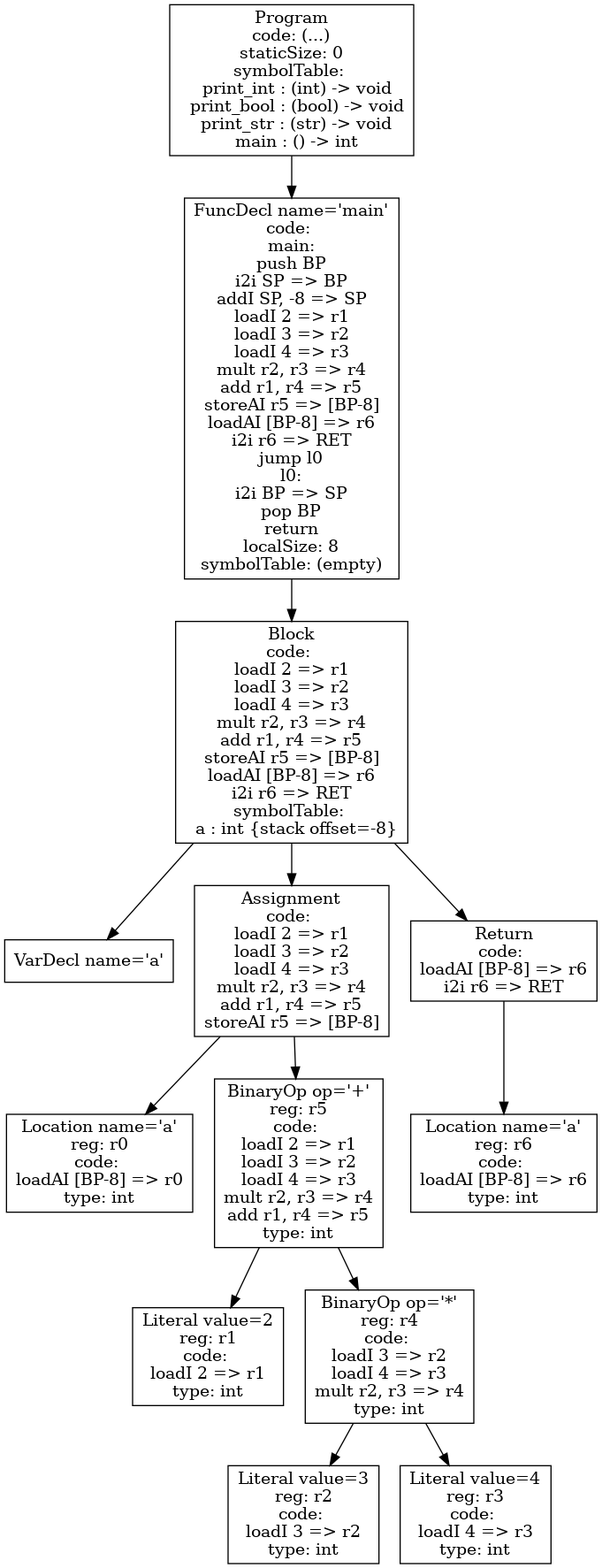
Above: p4-codegen/iloc-tree.png in dada1802/cs432-project (Graphviz), before the change. Its source is kept beside it as p4-codegen/iloc-tree.dot.
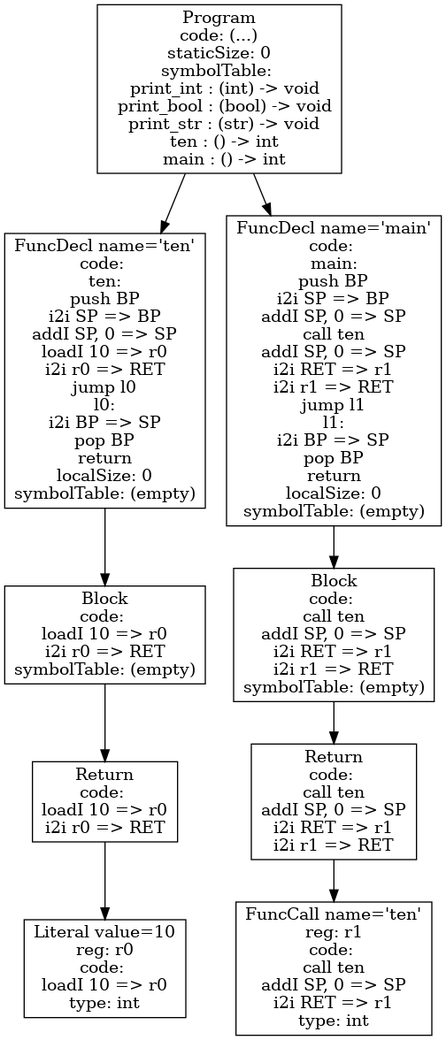
After the commit.

Change to the diagram source:
```diff
@@ -1,27 +1,19 @@
 digraph AST {
-3 [shape=box, label="VarDecl name='a'"];
-5 [shape=box, label="Location name='a'\nreg: r0\ncode: \nloadAI [BP-8] => r0\ntype: int"];
-7 [shape=box, label="Literal value=2\nreg: r1\ncode: \nloadI 2 => r1\ntype: int"];
-9 [shape=box, label="Literal value=3\nreg: r2\ncode: \nloadI 3 => r2\ntype: int"];
-10 [shape=box, label="Literal value=4\nreg: r3\ncode: \nloadI 4 => r3\ntype: int"];
-8 [shape=box, label="BinaryOp op='*'\nreg: r4\ncode: \nloadI 3 => r2\nloadI 4 => r3\nmult r2, r3 => r4\ntype: int"];
-8 -> 9;
-8 -> 10;
-6 [shape=box, label="BinaryOp op='+'\nreg: r5\ncode: \nloadI 2 => r1\nloadI 3 => r2\nloadI 4 => r3\nmult r2, r3 => r4\nadd r1, r4 => r5\ntype: int"];
+4 [shape=box, label="Literal value=10\nreg: r0\ncode: \nloadI 10 => r0\ntype: int"];
+3 [shape=box, label="Return\ncode: \nloadI 10 => r0\ni2i r0 => RET"];
+3 -> 4;
+2 [shape=box, label="Block\ncode: \nloadI 10 => r0\ni2i r0 => RET\nsymbolTable: (empty)"];
+2 -> 3;
+1 [shape=box, label="FuncDecl name='ten'\ncode: \nten:\npush BP\ni2i SP => BP\naddI SP, 0 => SP\nloadI 10 => r0\ni2i r0 => RET\njump l0\nl0:\ni2i BP => SP\npop BP\nreturn\nlocalSize: 0\nsymbolTable: (empty)"];
+1 -> 2;
+8 [shape=box, label="FuncCall name='ten'\nreg: r1\ncode: \ncall ten\naddI SP, 0 => SP\ni2i RET => r1\ntype: int"];
+7 [shape=box, label="Return\ncode: \ncall ten\naddI SP, 0 => SP\ni2i RET => r1\ni2i r1 => RET"];
+7 -> 8;
+6 [shape=box, label="Block\ncode: \ncall ten\naddI SP, 0 => SP\ni2i RET => r1\ni2i r1 => RET\nsymbolTable: (empty)"];
 6 -> 7;
-6 -> 8;
-4 [shape=box, label="Assignment\ncode: \nloadI 2 => r1\nloadI 3 => r2\nloadI 4 => r3\nmult r2, r3 => r4\nadd r1, r4 => r5\nstoreAI r5 => [BP-8]"];
-4 -> 5;
-4 -> 6;
-12 [shape=box, label="Location name='a'\nreg: r6\ncode: \nloadAI [BP-8] => r6\ntype: int"];
-11 [shape=box, label="Return\ncode: \nloadAI [BP-8] => r6\ni2i r6 => RET"];
-11 -> 12;
-2 [shape=box, label="Block\ncode: \nloadI 2 => r1\nloadI 3 => r2\nloadI 4 => r3\nmult r2, r3 => r4\nadd r1, r4 => r5\nstoreAI r5 => [BP-8]\nloadAI [BP-8] => r6\ni2i r6 => RET\nsymbolTable: \n  a : int {stack offset=-8}"];
-2 -> 3;
-2 -> 4;
-2 -> 11;
-1 [shape=box, label="FuncDecl name='main'\ncode: \nmain:\npush BP\ni2i SP => BP\naddI SP, -8 => SP\nloadI 2 => r1\nloadI 3 => r2\nloadI 4 => r3\nmult r2, r3 => r4\nadd r1, r4 => r5\nstoreAI r5 => [BP-8]\nloadAI [BP-8] => r6\ni2i r6 => RET\njump l0\nl0:\ni2i BP => SP\npop BP\nreturn\nlocalSize: 8\nsymbolTable: (empty)"];
-1 -> 2;
-0 [shape=box, label="Program\ncode: (...)\nstaticSize: 0\nsymbolTable: \n  print_int : (int) -> void\n  print_bool : (bool) -> void\n  print_str : (str) -> void\n  main : () -> int"];
+5 [shape=box, label="FuncDecl name='main'\ncode: \nmain:\npush BP\ni2i SP => BP\naddI SP, 0 => SP\ncall ten\naddI SP, 0 => SP\ni2i RET => r1\ni2i r1 => RET\njump l1\nl1:\ni2i BP => SP\npop BP\nreturn\nlocalSize: 0\nsymbolTable: (empty)"];
+5 -> 6;
+0 [shape=box, label="Program\ncode: (...)\nstaticSize: 0\nsymbolTable: \n  print_int : (int) -> void\n  print_bool : (bool) -> void\n  print_str : (str) -> void\n  ten : () -> int\n  main : () -> int"];
 0 -> 1;
+0 -> 5;
 }
```
